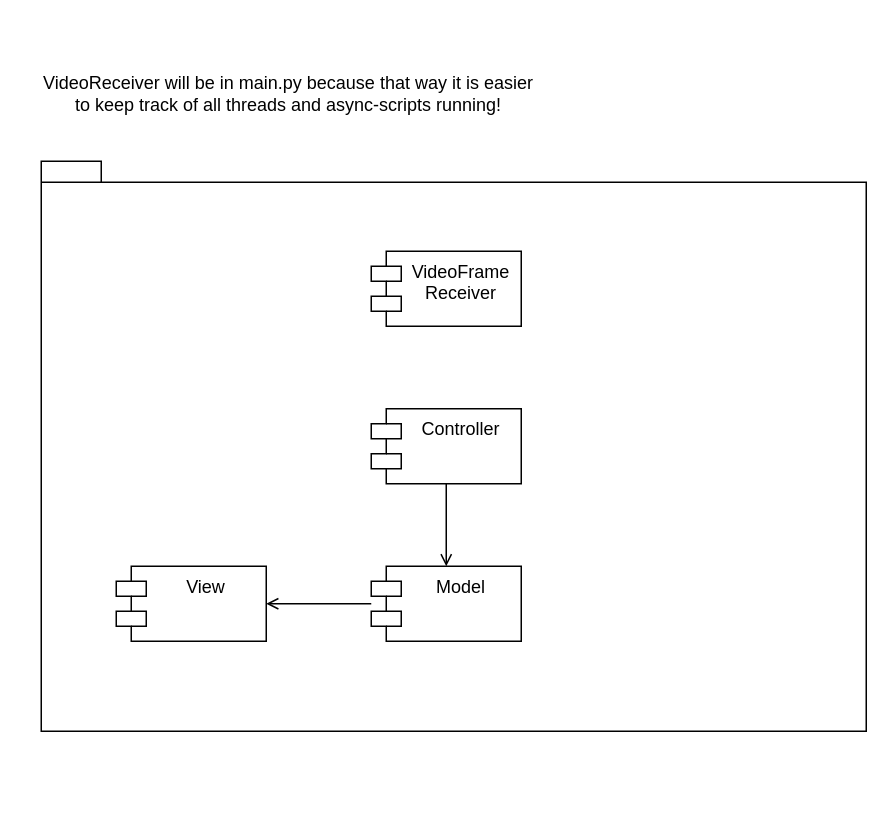
Before: GUI/Architecture/Video-GUI.drawio in Uhgtred/Robot_Remote_Control, a draw.io diagram. Source tidied: cells renumbered, new cells numbered last; positions are measured from the earlier drawing's top-left corner, leaving out a move shared by most shapes. Both pictures are drawn from the tidied source at 150%, with x=0, y=0 at pixel (40, 70).
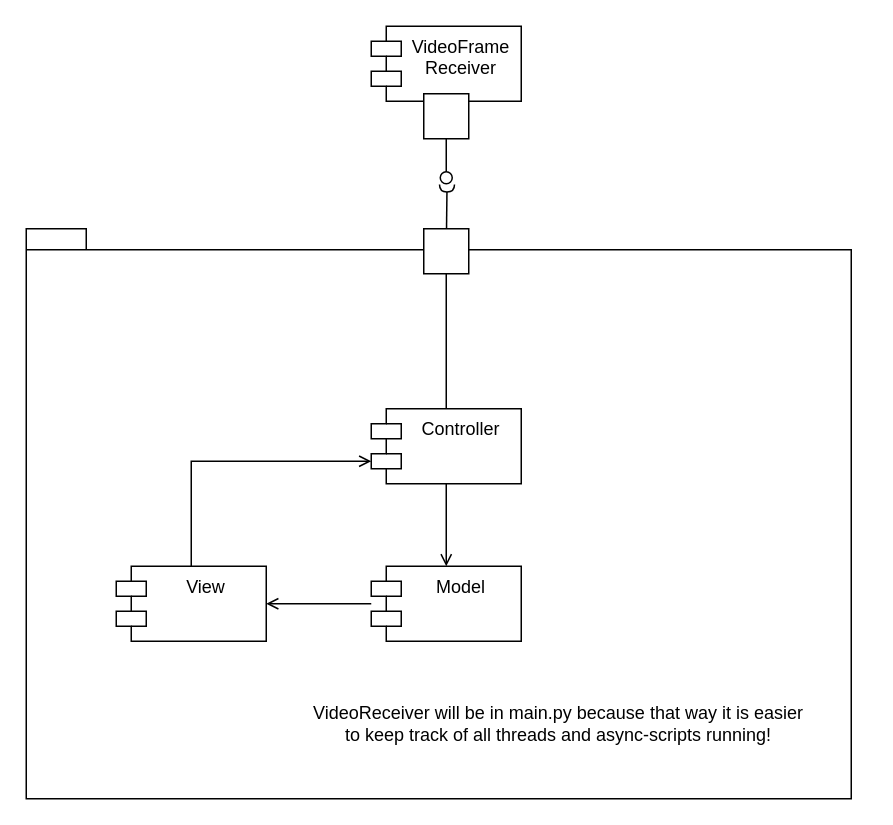
Above is the later version.

What changed in the source:
```diff
@@
+    <mxCell id="10" style="group;" parent="1" vertex="1">
+      <mxGeometry x="220" y="-30" width="100" height="105" as="geometry" />
+    </mxCell>
+    <mxCell id="3" value="VideoFrame&#10;Receiver" style="shape=module;align=left;spacingLeft=20;align=center;verticalAlign=top;" parent="10" vertex="1">
+      <mxGeometry width="100" height="50" as="geometry" />
+    </mxCell>
+    <mxCell id="11" style="group;rotation=90;" parent="10" vertex="1">
+      <mxGeometry x="20" y="60" width="60" height="30" as="geometry" />
+    </mxCell>
+    <mxCell id="12" style="html=1;rounded=0;rotation=90;" parent="11" vertex="1">
+      <mxGeometry x="15" y="-15" width="30" height="30" as="geometry" />
+    </mxCell>
+    <mxCell id="13" style="endArrow=none;html=1;rounded=0;align=center;verticalAlign=top;endFill=0;labelBackgroundColor=none;endSize=2;" parent="11" edge="1" source="12" target="14">
+      <mxGeometry relative="1" as="geometry" />
+    </mxCell>
+    <mxCell id="14" style="ellipse;html=1;fontSize=11;align=center;fillColor=none;points=[];verticalAlign=bottom;labelPosition=center;verticalLabelPosition=top;flipH=1;rotation=90;" parent="11" vertex="1">
+      <mxGeometry x="26" y="37" width="8" height="8" as="geometry" />
+    </mxCell>
+    <mxCell id="15" style="group;" parent="1" vertex="1">
+      <mxGeometry x="-10" y="75" width="550" height="410" as="geometry" />
+    </mxCell>
-    <mxCell id="2" style="shape=folder;fontStyle=1;spacingTop=10;tabWidth=40;tabHeight=14;tabPosition=left;html=1;" parent="1" vertex="1">
-      <mxGeometry y="60" width="550" height="380" as="geometry" />
+    <mxCell id="2" style="shape=folder;fontStyle=1;spacingTop=10;tabWidth=40;tabHeight=14;tabPosition=left;html=1;" parent="15" vertex="1">
+      <mxGeometry y="30" width="550" height="380" as="geometry" />
     </mxCell>
-    <mxCell id="3" value="VideoFrame&#10;Receiver" style="shape=module;align=left;spacingLeft=20;align=center;verticalAlign=top;" parent="1" vertex="1">
-      <mxGeometry x="220" y="120" width="100" height="50" as="geometry" />
-    </mxCell>
+    <mxCell id="5" value="Model" style="shape=module;align=left;spacingLeft=20;align=center;verticalAlign=top;" parent="15" vertex="1">
+      <mxGeometry x="230" y="255" width="100" height="50" as="geometry" />
+    </mxCell>
+    <mxCell id="16" style="edgeStyle=orthogonalEdgeStyle;rounded=0;jettySize=auto;html=1;endArrow=open;endFill=0;" parent="15" edge="1" source="6" target="8">
+      <mxGeometry relative="1" as="geometry">
+        <Array as="points">
+          <mxPoint x="110" y="185" />
+        </Array>
+      </mxGeometry>
+    </mxCell>
+    <mxCell id="6" value="View" style="shape=module;align=left;spacingLeft=20;align=center;verticalAlign=top;" parent="15" vertex="1">
+      <mxGeometry x="60" y="255" width="100" height="50" as="geometry" />
+    </mxCell>
-    <mxCell id="4" style="edgeStyle=orthogonalEdgeStyle;rounded=0;jettySize=auto;html=1;startArrow=none;startFill=0;endArrow=open;endFill=0;" parent="1" edge="1" source="5" target="6">
+    <mxCell id="4" style="edgeStyle=orthogonalEdgeStyle;rounded=0;jettySize=auto;html=1;startArrow=none;startFill=0;endArrow=open;endFill=0;" parent="15" edge="1" source="5" target="6">
       <mxGeometry relative="1" as="geometry" />
     </mxCell>
-    <mxCell id="5" value="Model" style="shape=module;align=left;spacingLeft=20;align=center;verticalAlign=top;" parent="1" vertex="1">
-      <mxGeometry x="220" y="330" width="100" height="50" as="geometry" />
-    </mxCell>
-    <mxCell id="6" value="View" style="shape=module;align=left;spacingLeft=20;align=center;verticalAlign=top;" parent="1" vertex="1">
-      <mxGeometry x="50" y="330" width="100" height="50" as="geometry" />
-    </mxCell>
-    <mxCell id="7" style="edgeStyle=orthogonalEdgeStyle;rounded=0;jettySize=auto;html=1;startArrow=none;startFill=0;endArrow=open;endFill=0;" parent="1" edge="1" source="8" target="5">
+    <mxCell id="7" style="edgeStyle=orthogonalEdgeStyle;rounded=0;jettySize=auto;html=1;startArrow=none;startFill=0;endArrow=open;endFill=0;" parent="15" edge="1" source="8" target="5">
       <mxGeometry relative="1" as="geometry" />
     </mxCell>
-    <mxCell id="8" value="Controller" style="shape=module;align=left;spacingLeft=20;align=center;verticalAlign=top;" parent="1" vertex="1">
-      <mxGeometry x="220" y="225" width="100" height="50" as="geometry" />
+    <mxCell id="8" value="Controller" style="shape=module;align=left;spacingLeft=20;align=center;verticalAlign=top;" parent="15" vertex="1">
+      <mxGeometry x="230" y="150" width="100" height="50" as="geometry" />
     </mxCell>
+    <mxCell id="17" style="group;rotation=-90;" parent="15" vertex="1">
+      <mxGeometry x="250" y="15" width="60" height="30" as="geometry" />
+    </mxCell>
+    <mxCell id="18" style="html=1;rounded=0;rotation=-90;" parent="17" vertex="1">
+      <mxGeometry x="15" y="15" width="30" height="30" as="geometry" />
+    </mxCell>
+    <mxCell id="19" style="endArrow=none;html=1;rounded=0;align=center;verticalAlign=top;endFill=0;labelBackgroundColor=none;endSize=2;" parent="17" edge="1" source="18" target="20">
+      <mxGeometry relative="1" as="geometry" />
+    </mxCell>
+    <mxCell id="20" style="shape=requiredInterface;html=1;fontSize=11;align=center;fillColor=none;points=[];verticalAlign=bottom;labelPosition=center;verticalLabelPosition=top;flipH=1;rotation=-90;" parent="17" vertex="1">
+      <mxGeometry x="28" y="-17" width="5" height="10" as="geometry" />
+    </mxCell>
-    <mxCell id="9" value="VideoReceiver will be in main.py because that way it is easier to keep track of all threads and async-scripts running!" style="text;html=1;strokeColor=none;fillColor=none;align=center;verticalAlign=middle;whiteSpace=wrap;rounded=0;" parent="1" vertex="1">
-      <mxGeometry width="330" height="30" as="geometry" />
+    <mxCell id="9" value="VideoReceiver will be in main.py because that way it is easier to keep track of all threads and async-scripts running!" style="text;html=1;strokeColor=none;fillColor=none;align=center;verticalAlign=middle;whiteSpace=wrap;rounded=0;" parent="15" vertex="1">
+      <mxGeometry x="190" y="345" width="330" height="30" as="geometry" />
     </mxCell>
+    <mxCell id="21" style="edgeStyle=orthogonalEdgeStyle;rounded=0;jettySize=auto;html=1;endArrow=none;endFill=0;" parent="15" edge="1" source="18" target="8">
+      <mxGeometry relative="1" as="geometry" />
+    </mxCell>
```
